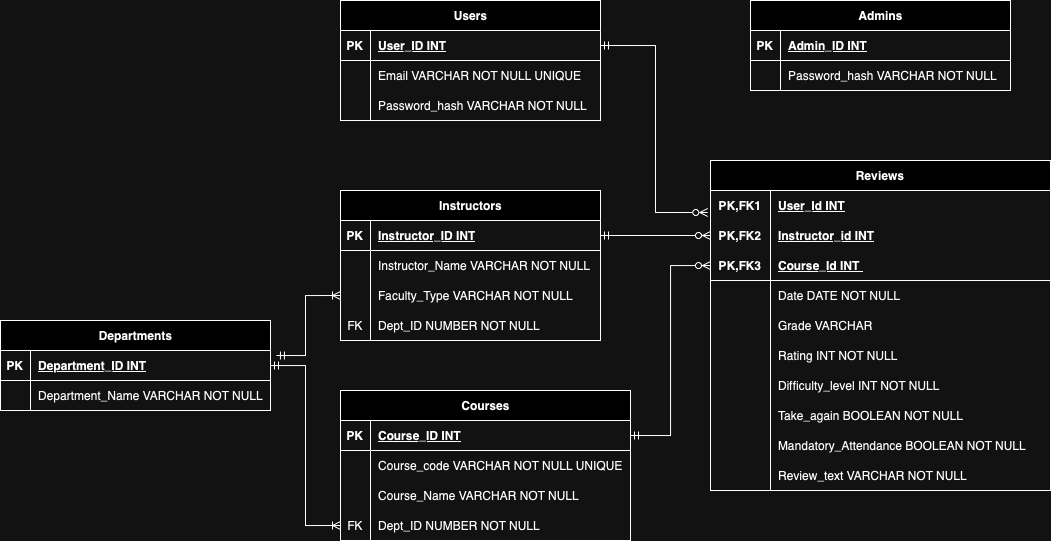
The draw.io diagram RateYourInstructor.drawio.png in AghaSalikAli/RateYourInstructorApp, before a commit. Source tidied: cells renumbered, new cells last; positions are measured from the earlier drawing's top-left corner, leaving out a move shared by most shapes.
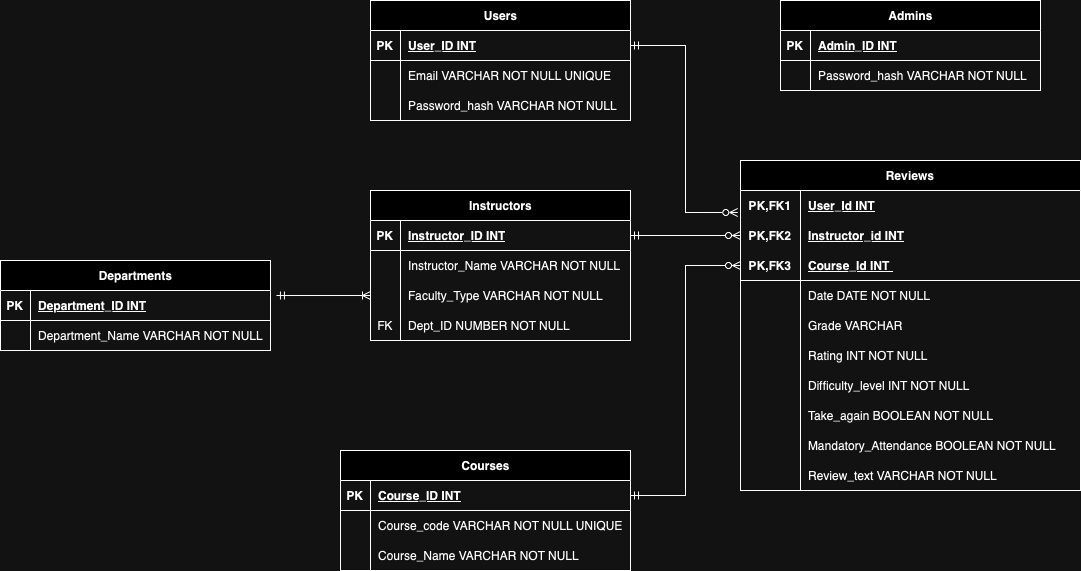
The same file after the commit.

Commit message:
some db changes, added courses and skeleton instructor profile page

Diff of the diagram source:
```diff
@@ -3,7 +3,7 @@
     <mxCell id="0" />
     <mxCell id="1" parent="0" />
     <mxCell id="2" value="Departments" style="shape=table;startSize=30;rowLines=0;fontStyle=1;align=center;html=1;" parent="1" vertex="1">
-      <mxGeometry y="320" width="270" height="90" as="geometry" />
+      <mxGeometry x="-30" y="260" width="270" height="90" as="geometry" />
     </mxCell>
     <mxCell id="3" style="shape=tableRow;horizontal=0;startSize=0;swimlaneHead=0;swimlaneBody=0;fillColor=none;points=[[0,0.5],[1,0.5]];portConstraint=eastwest;top=0;left=0;right=0;bottom=1;" parent="2" vertex="1">
       <mxGeometry y="30" width="270" height="30" as="geometry" />
@@ -63,7 +63,7 @@
       <mxGeometry x="30" width="230" height="30" as="geometry" />
     </mxCell>
     <mxCell id="22" value="Courses" style="shape=table;startSize=30;rowLines=0;fontStyle=1;align=center;html=1;" parent="1" vertex="1">
-      <mxGeometry x="340" y="390" width="290" height="150" as="geometry" />
+      <mxGeometry x="310" y="450" width="290" height="120" as="geometry" />
     </mxCell>
     <mxCell id="23" style="shape=tableRow;horizontal=0;startSize=0;swimlaneHead=0;swimlaneBody=0;fillColor=none;points=[[0,0.5],[1,0.5]];portConstraint=eastwest;top=0;left=0;right=0;bottom=1;" parent="22" vertex="1">
       <mxGeometry y="30" width="290" height="30" as="geometry" />
@@ -92,18 +92,6 @@
     <mxCell id="31" value="Course_Name VARCHAR NOT NULL" style="shape=partialRectangle;fillColor=none;top=0;left=0;bottom=0;right=0;align=left;spacingLeft=6;overflow=hidden;whiteSpace=wrap;html=1;" parent="29" vertex="1">
       <mxGeometry x="30" width="260" height="30" as="geometry" />
     </mxCell>
-    <mxCell id="32" style="shape=tableRow;horizontal=0;startSize=0;swimlaneHead=0;swimlaneBody=0;fillColor=none;points=[[0,0.5],[1,0.5]];portConstraint=eastwest;top=0;left=0;right=0;bottom=0;" parent="22" vertex="1">
-      <mxGeometry y="120" width="290" height="30" as="geometry" />
-    </mxCell>
-    <mxCell id="33" value="FK" style="shape=partialRectangle;fillColor=none;top=0;left=0;bottom=0;right=0;overflow=hidden;whiteSpace=wrap;html=1;" parent="32" vertex="1">
-      <mxGeometry width="30" height="30" as="geometry" />
-    </mxCell>
-    <mxCell id="34" value="Dept_ID NUMBER NOT NULL" style="shape=partialRectangle;fillColor=none;top=0;left=0;bottom=0;right=0;align=left;spacingLeft=6;overflow=hidden;whiteSpace=wrap;html=1;" parent="32" vertex="1">
-      <mxGeometry x="30" width="260" height="30" as="geometry" />
-    </mxCell>
-    <mxCell id="35" style="edgeStyle=orthogonalEdgeStyle;rounded=0;jettySize=auto;html=1;exitX=0;exitY=0.5;exitDx=0;exitDy=0;startArrow=ERoneToMany;startFill=0;endArrow=ERmandOne;endFill=0;" parent="1" edge="1" source="32" target="3">
-      <mxGeometry relative="1" as="geometry" />
-    </mxCell>
     <mxCell id="36" style="edgeStyle=orthogonalEdgeStyle;rounded=0;jettySize=auto;html=1;exitX=0;exitY=0.5;exitDx=0;exitDy=0;entryX=1.022;entryY=0.167;entryDx=0;entryDy=0;entryPerimeter=0;startArrow=ERoneToMany;startFill=0;endArrow=ERmandOne;endFill=0;" parent="1" edge="1" source="16" target="3">
       <mxGeometry relative="1" as="geometry" />
     </mxCell>
```
